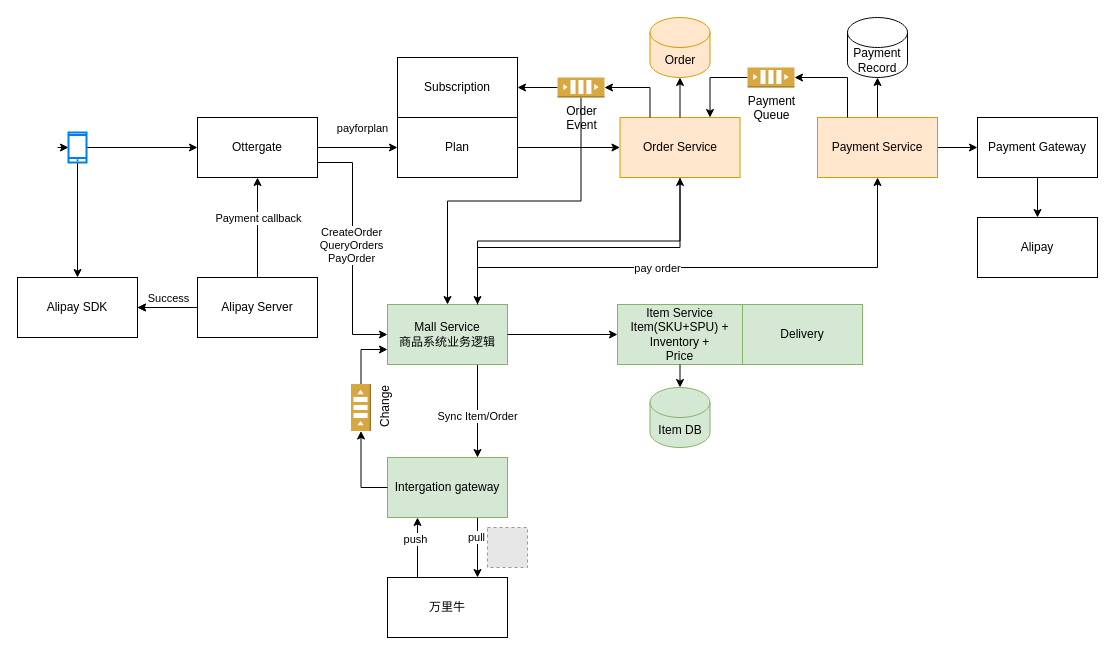
Earlier version of the draw.io diagram 商城系统.drawio (evagle/awesome). Source tidied: cells renumbered, new cells numbered last; positions are measured from the earlier drawing's top-left corner, leaving out a move shared by most shapes. Both pictures are drawn from the tidied source at 100%, with x=0, y=0 at pixel (17, 17). Pictures stored in the file or linked from it are replaced by grey dashed boxes.
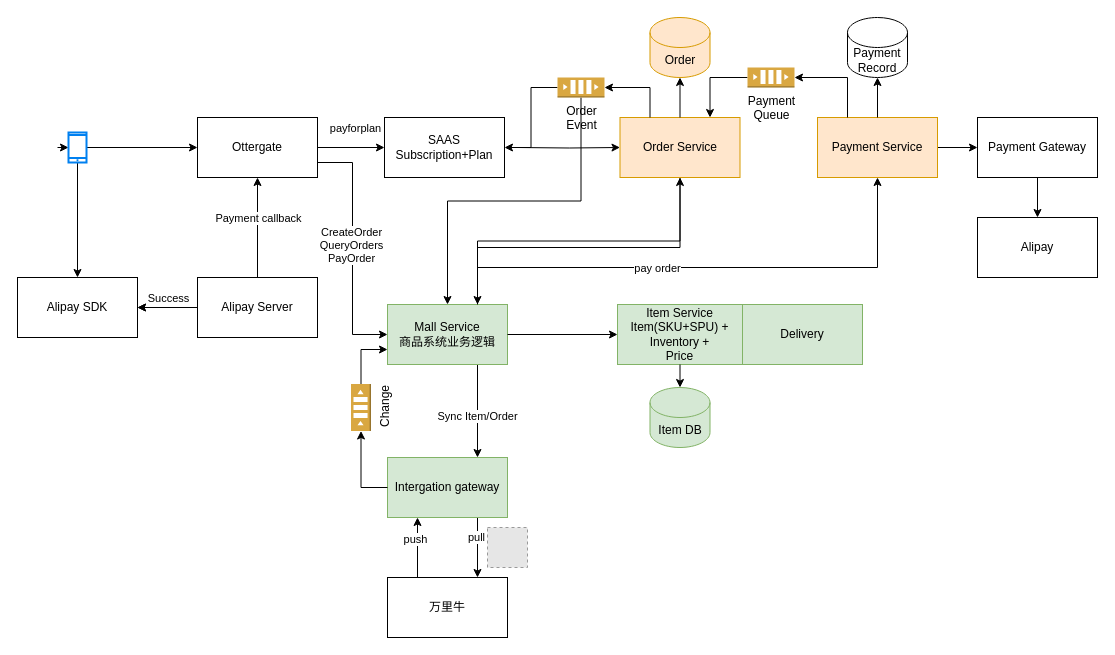
The same page after the edit.

The change refers to these unchanged cells:
```xml
<mxCell id="6" value="Ottergate" style="rounded=0;whiteSpace=wrap;html=1;" parent="1" vertex="1">
  <mxGeometry x="180" y="100" width="120" height="60" as="geometry" />
</mxCell>
<mxCell id="9" value="Order Service" style="whiteSpace=wrap;html=1;rounded=0;fillColor=#ffe6cc;strokeColor=#d79b00;" parent="1" vertex="1">
  <mxGeometry x="602.5" y="100" width="120" height="60" as="geometry" />
</mxCell>
```

Diff of the diagram source:
```diff
@@
-    <mxCell id="2" style="edgeStyle=orthogonalEdgeStyle;rounded=0;jettySize=auto;html=1;entryX=0;entryY=0.5;entryDx=0;entryDy=0;" parent="1" edge="1" source="6" target="47">
+    <mxCell id="2" style="edgeStyle=orthogonalEdgeStyle;rounded=0;jettySize=auto;html=1;entryX=0;entryY=0.5;entryDx=0;entryDy=0;" parent="1" edge="1" source="6" target="50">
       <mxGeometry relative="1" as="geometry" />
     </mxCell>
@@
-    <mxCell id="46" style="edgeStyle=orthogonalEdgeStyle;rounded=0;jettySize=auto;html=1;exitX=1;exitY=0.5;exitDx=0;exitDy=0;entryX=0;entryY=0.5;entryDx=0;entryDy=0;" parent="1" edge="1" source="47" target="9">
-      <mxGeometry relative="1" as="geometry" />
+    <mxCell id="46" style="edgeStyle=orthogonalEdgeStyle;rounded=0;jettySize=auto;html=1;exitX=1;exitY=0.5;exitDx=0;exitDy=0;entryX=0;entryY=0.5;entryDx=0;entryDy=0;" parent="1" edge="1" target="9">
+      <mxGeometry relative="1" as="geometry">
+        <mxPoint x="500" y="130" as="sourcePoint" />
+      </mxGeometry>
     </mxCell>
-    <mxCell id="47" value="Plan" style="rounded=0;whiteSpace=wrap;html=1;" parent="1" vertex="1">
-      <mxGeometry x="380" y="100" width="120" height="60" as="geometry" />
-    </mxCell>
@@
-    <mxCell id="50" value="Subscription" style="rounded=0;whiteSpace=wrap;html=1;" parent="1" vertex="1">
-      <mxGeometry x="380" y="40" width="120" height="60" as="geometry" />
+    <mxCell id="50" value="SAAS&lt;br&gt;Subscription+Plan" style="rounded=0;whiteSpace=wrap;html=1;" parent="1" vertex="1">
+      <mxGeometry x="367" y="100" width="120" height="60" as="geometry" />
     </mxCell>
```
